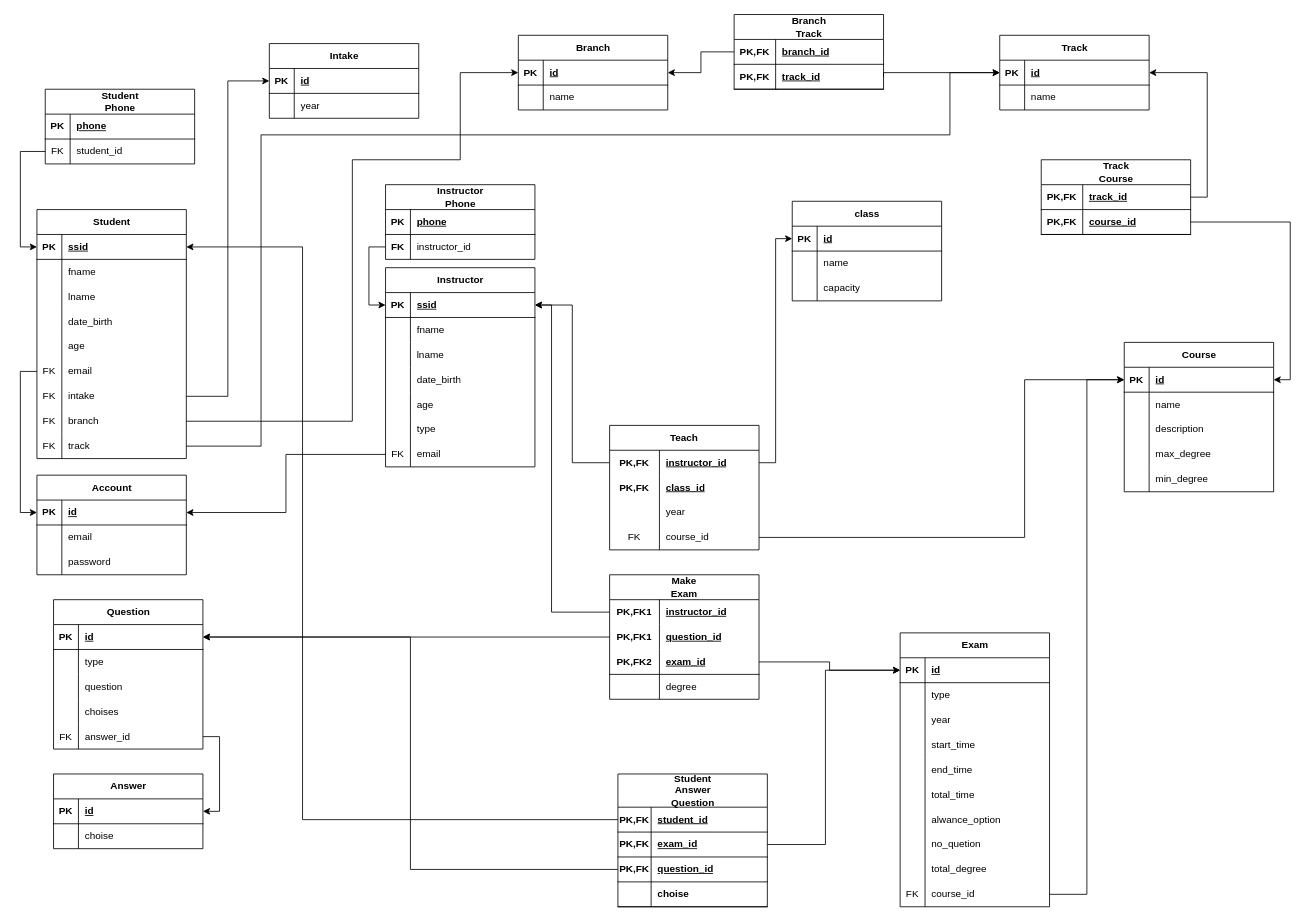
Earlier version of the draw.io diagram sql_porject/mapping/examination_MAP.drawio (karim831/depi). Source tidied: cells renumbered, new cells numbered last; positions are measured from the earlier drawing's top-left corner, leaving out a move shared by most shapes. Both pictures are drawn from the tidied source at 83%, with x=0, y=0 at pixel (20, 14).
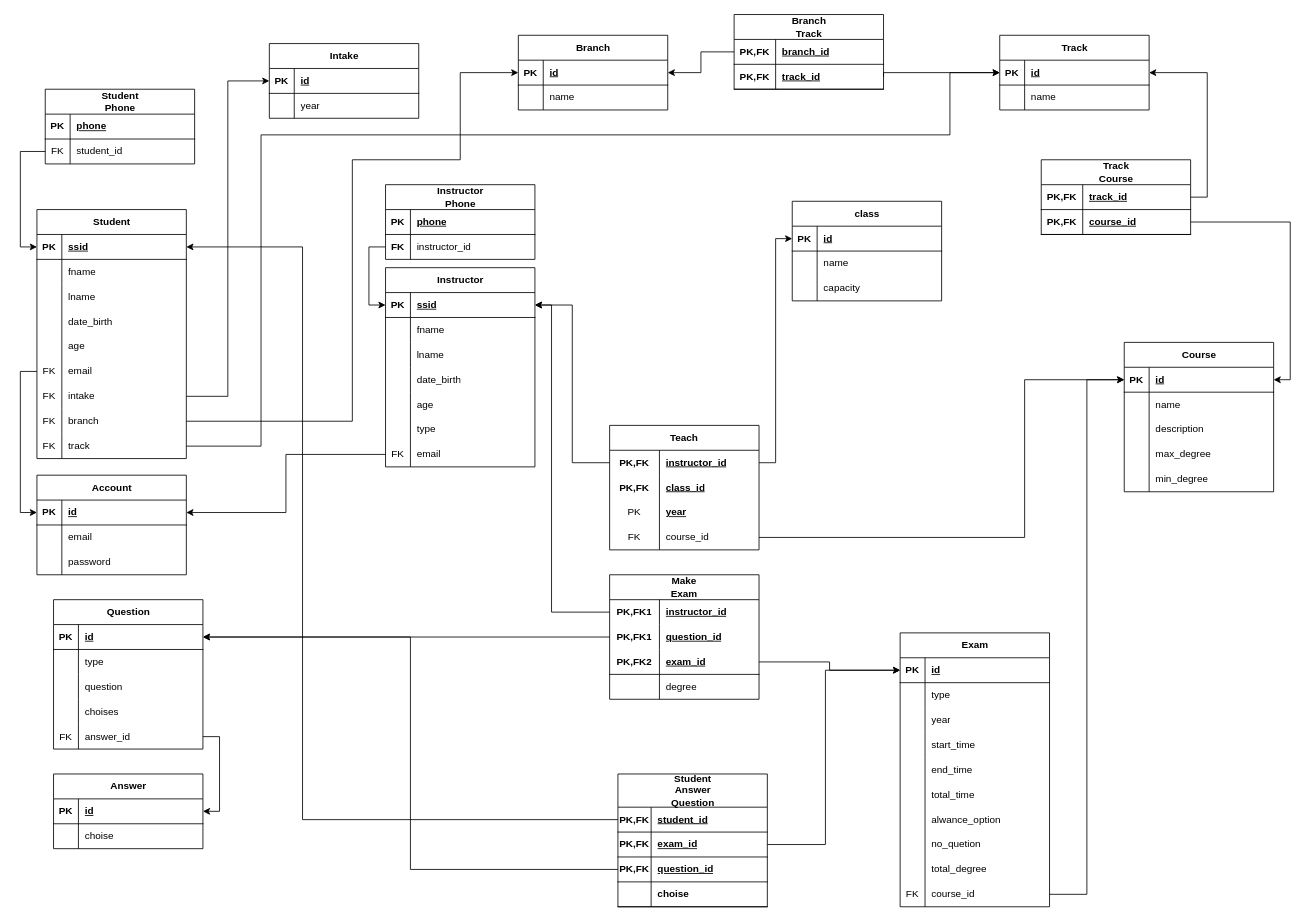
The same page after the edit.

Unchanged cells that the change refers to:
```xml
<mxCell id="65" style="shape=tableRow;horizontal=0;startSize=0;swimlaneHead=0;swimlaneBody=0;fillColor=none;top=0;left=0;right=0;bottom=0;html=1;" parent="58" vertex="1">
  <mxGeometry y="90" width="180" height="30" as="geometry" />
</mxCell>
```

Diff of the diagram source:
```diff
@@
-    <mxCell id="66" style="shape=partialRectangle;fillColor=none;top=0;left=0;bottom=0;right=0;overflow=hidden;html=1;whiteSpace=wrap;" parent="65" vertex="1">
+    <mxCell id="66" value="PK" style="shape=partialRectangle;fillColor=none;top=0;left=0;bottom=0;right=0;overflow=hidden;html=1;whiteSpace=wrap;" parent="65" vertex="1">
       <mxGeometry width="60" height="30" as="geometry" />
     </mxCell>
-    <mxCell id="67" value="year" style="shape=partialRectangle;fillColor=none;top=0;left=0;bottom=0;right=0;align=left;spacingLeft=6;overflow=hidden;html=1;whiteSpace=wrap;" parent="65" vertex="1">
+    <mxCell id="67" value="&lt;b&gt;&lt;u&gt;year&lt;/u&gt;&lt;/b&gt;" style="shape=partialRectangle;fillColor=none;top=0;left=0;bottom=0;right=0;align=left;spacingLeft=6;overflow=hidden;html=1;whiteSpace=wrap;" parent="65" vertex="1">
       <mxGeometry x="60" width="120" height="30" as="geometry" />
     </mxCell>
```
